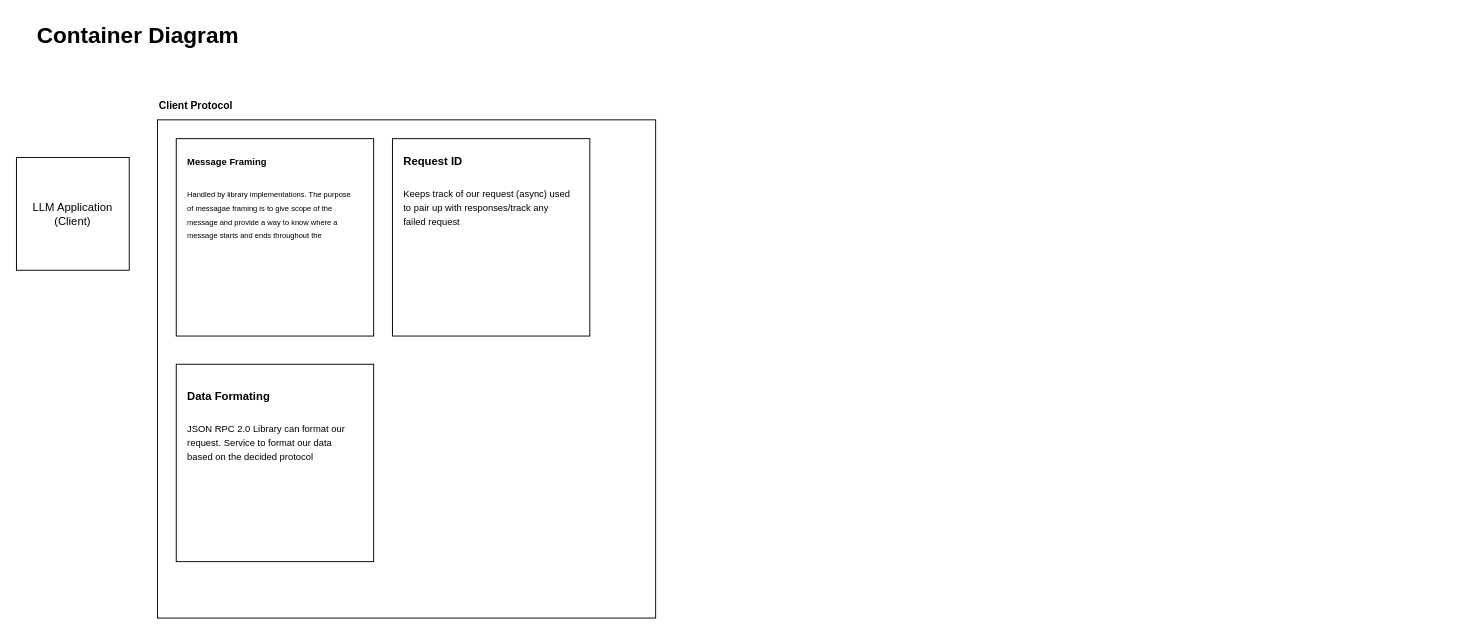
Before: page "Container Diagram" (2 of 2) of scratch-mcp-server/C4_Model.drawio in Akhil-Desai/backend-eng, a draw.io diagram. Source tidied: cells renumbered, new cells numbered last; positions are measured from the earlier drawing's top-left corner, leaving out a move shared by most shapes. Both pictures are drawn from the tidied source at 94%, with x=0, y=0 at pixel (16, 16).
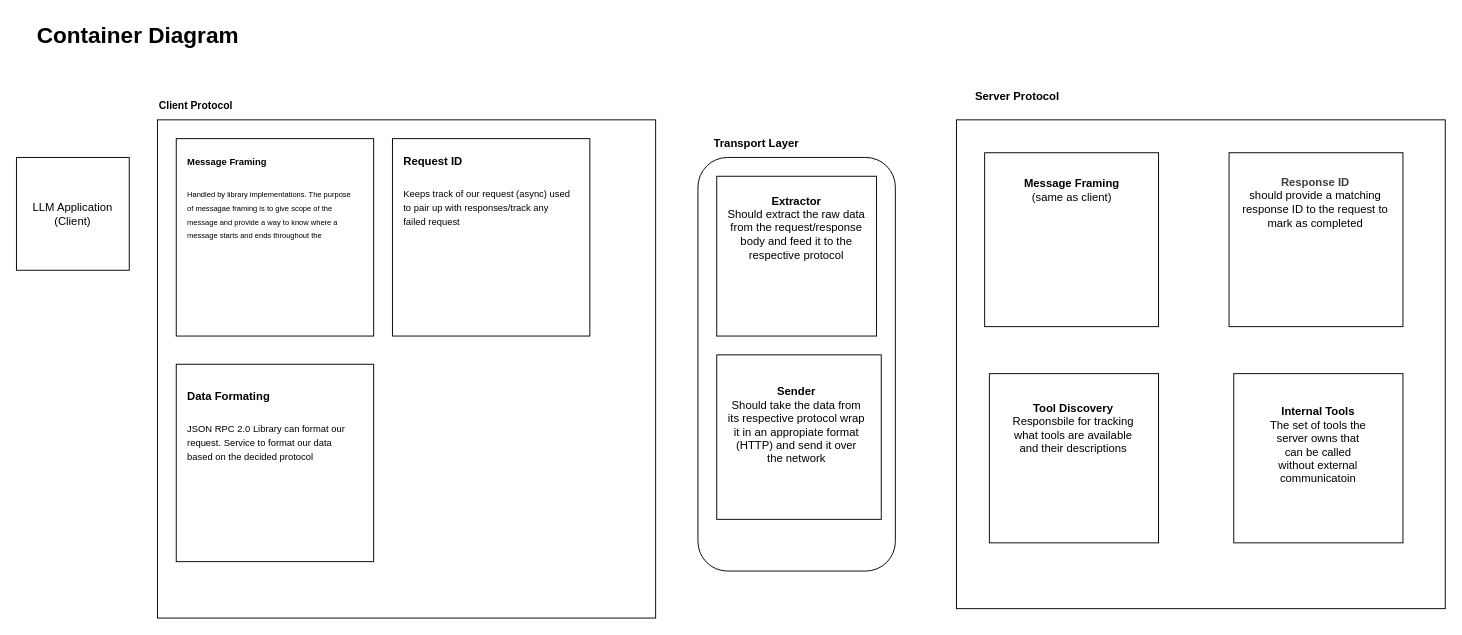
The same page after the edit.

Commit message:
transport layer and server protocol components

Diff of the diagram source:
```diff
@@
+    <mxCell id="12" style="rounded=1;whiteSpace=wrap;html=1;" parent="1" vertex="1">
+      <mxGeometry x="725" y="150" width="210" height="440" as="geometry" />
+    </mxCell>
+    <mxCell id="13" value="&lt;h1 style=&quot;margin-top: 0px;&quot;&gt;&lt;font style=&quot;font-size: 12px;&quot;&gt;Transport Layer&lt;/font&gt;&lt;/h1&gt;" style="text;html=1;whiteSpace=wrap;overflow=hidden;rounded=0;" parent="1" vertex="1">
+      <mxGeometry x="740" y="110" width="225" height="110" as="geometry" />
+    </mxCell>
+    <mxCell id="14" style="whiteSpace=wrap;html=1;" parent="1" vertex="1">
+      <mxGeometry x="745" y="170" width="170" height="170" as="geometry" />
+    </mxCell>
+    <mxCell id="15" style="whiteSpace=wrap;html=1;" parent="1" vertex="1">
+      <mxGeometry x="745" y="360" width="175" height="175" as="geometry" />
+    </mxCell>
+    <mxCell id="16" value="&lt;b&gt;Extractor&lt;br&gt;&lt;/b&gt;Should extract the raw data from the request/response body and feed it to the respective protocol" style="text;html=1;align=center;verticalAlign=middle;whiteSpace=wrap;rounded=0;" parent="1" vertex="1">
+      <mxGeometry x="755" y="180" width="150" height="90" as="geometry" />
+    </mxCell>
+    <mxCell id="17" value="&lt;b&gt;Sender&lt;/b&gt;&lt;br&gt;Should take the data from its respective protocol wrap it in an appropiate format (HTTP) and send it over the network" style="text;html=1;align=center;verticalAlign=middle;whiteSpace=wrap;rounded=0;" parent="1" vertex="1">
+      <mxGeometry x="755" y="390" width="150" height="90" as="geometry" />
+    </mxCell>
+    <mxCell id="18" style="whiteSpace=wrap;html=1;" parent="1" vertex="1">
+      <mxGeometry x="1000" y="110" width="520" height="520" as="geometry" />
+    </mxCell>
+    <mxCell id="19" value="&lt;b&gt;Server Protocol&lt;/b&gt;" style="text;html=1;align=center;verticalAlign=middle;whiteSpace=wrap;rounded=0;" parent="1" vertex="1">
+      <mxGeometry x="1010" y="70" width="110" height="30" as="geometry" />
+    </mxCell>
+    <mxCell id="20" style="whiteSpace=wrap;html=1;" parent="1" vertex="1">
+      <mxGeometry x="1030" y="145" width="185" height="185" as="geometry" />
+    </mxCell>
+    <mxCell id="21" value="&lt;b&gt;Message Framing&lt;/b&gt;&lt;br&gt;(same as client)" style="text;html=1;align=center;verticalAlign=middle;whiteSpace=wrap;rounded=0;" parent="1" vertex="1">
+      <mxGeometry x="1067.5" y="160" width="110" height="50" as="geometry" />
+    </mxCell>
+    <mxCell id="22" style="whiteSpace=wrap;html=1;" parent="1" vertex="1">
+      <mxGeometry x="1290" y="145" width="185" height="185" as="geometry" />
+    </mxCell>
+    <mxCell id="23" value="&lt;b style=&quot;color: rgb(63, 63, 63); scrollbar-color: rgb(226, 226, 226) rgb(251, 251, 251);&quot;&gt;Response ID&lt;/b&gt;&lt;br style=&quot;color: rgb(63, 63, 63); scrollbar-color: rgb(226, 226, 226) rgb(251, 251, 251);&quot;&gt;&lt;span style=&quot;color: rgb(0, 0, 0);&quot;&gt;should provide a matching response ID to the request to mark as completed&lt;/span&gt;" style="text;html=1;align=center;verticalAlign=middle;whiteSpace=wrap;rounded=0;" parent="1" vertex="1">
+      <mxGeometry x="1290" y="170" width="183.8" height="55" as="geometry" />
+    </mxCell>
+    <mxCell id="24" style="whiteSpace=wrap;html=1;" parent="1" vertex="1">
+      <mxGeometry x="1035" y="380" width="180" height="180" as="geometry" />
+    </mxCell>
+    <mxCell id="25" value="&lt;b&gt;Tool Discovery&lt;/b&gt;&lt;br&gt;Responsbile for tracking what tools are available and their descriptions" style="text;html=1;align=center;verticalAlign=middle;whiteSpace=wrap;rounded=0;" parent="1" vertex="1">
+      <mxGeometry x="1057.5" y="405" width="132.5" height="65" as="geometry" />
+    </mxCell>
+    <mxCell id="26" style="whiteSpace=wrap;html=1;" parent="1" vertex="1">
+      <mxGeometry x="1295" y="380" width="180" height="180" as="geometry" />
+    </mxCell>
+    <mxCell id="27" value="&lt;b&gt;Internal Tools&lt;/b&gt;&lt;br&gt;The set of tools the server owns that can be called without external communicatoin" style="text;html=1;align=center;verticalAlign=middle;whiteSpace=wrap;rounded=0;" parent="1" vertex="1">
+      <mxGeometry x="1330" y="412.5" width="110" height="87.5" as="geometry" />
+    </mxCell>
```
